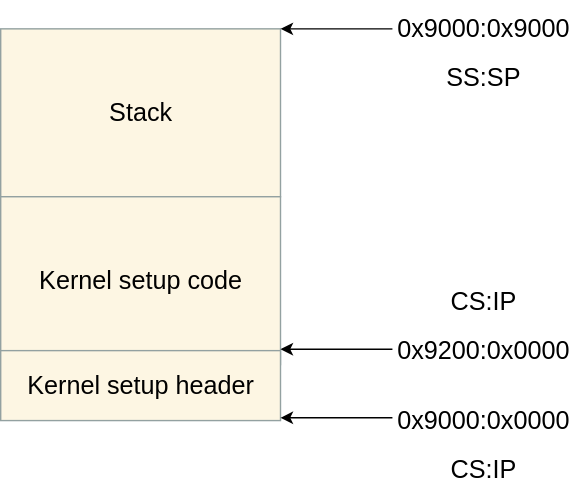
The draw.io diagram Booting/images/early-stack.svg in 0xAX/linux-insides, before a commit. Source tidied: cells renumbered, new cells last; positions are measured from the earlier drawing's top-left corner, leaving out a move shared by most shapes.
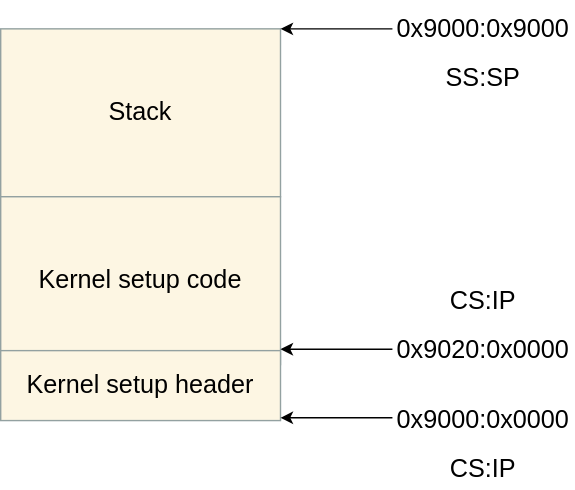
Above is the later version.

Commit message:
boot-1: Improve real‑mode entry explanation and update stack diagram

The following changes were done in this commit:

- clarify the 0xEB short jump and CS:IP setup with protocol/SDM quotes
- add GRUB setup context and the physical address calculation example

In addition the segment address was fixed on the early stack diagram.

The edit, as a diff of the source:
```diff
@@ -19,7 +19,7 @@
     <mxCell id="5" value="&lt;font style=&quot;font-size: 18px;&quot;&gt;0x9000:0x9000&lt;/font&gt;" style="text;html=1;align=center;verticalAlign=middle;whiteSpace=wrap;rounded=0;" parent="1" vertex="1">
       <mxGeometry x="280" width="130" height="40" as="geometry" />
     </mxCell>
-    <mxCell id="6" value="&lt;font style=&quot;font-size: 18px;&quot;&gt;0x9200:0x0000&lt;/font&gt;" style="text;html=1;align=center;verticalAlign=middle;whiteSpace=wrap;rounded=0;" parent="1" vertex="1">
+    <mxCell id="6" value="&lt;font style=&quot;font-size: 18px;&quot;&gt;0x9020:0x0000&lt;/font&gt;" style="text;html=1;align=center;verticalAlign=middle;whiteSpace=wrap;rounded=0;" parent="1" vertex="1">
       <mxGeometry x="280" y="230" width="130" height="40" as="geometry" />
     </mxCell>
     <mxCell id="7" style="edgeStyle=orthogonalEdgeStyle;rounded=0;orthogonalLoop=1;jettySize=auto;html=1;entryX=1;entryY=0;entryDx=0;entryDy=0;" parent="1" edge="1">
```
